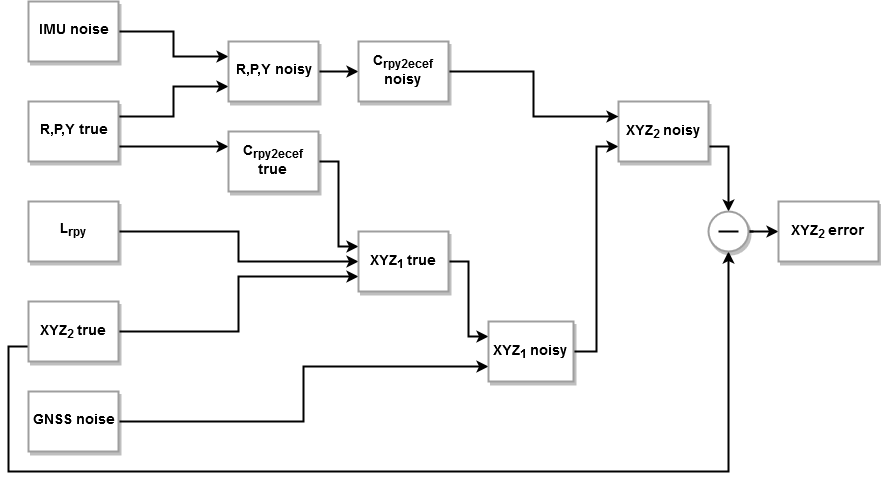
This is Untitled Diagram.png from DaryaMalafeeva/gnss-imu-rover, a draw.io export, as it was before one commit. Source tidied: cells renumbered, new cells last; positions are measured from the earlier drawing's top-left corner, leaving out a move shared by most shapes.
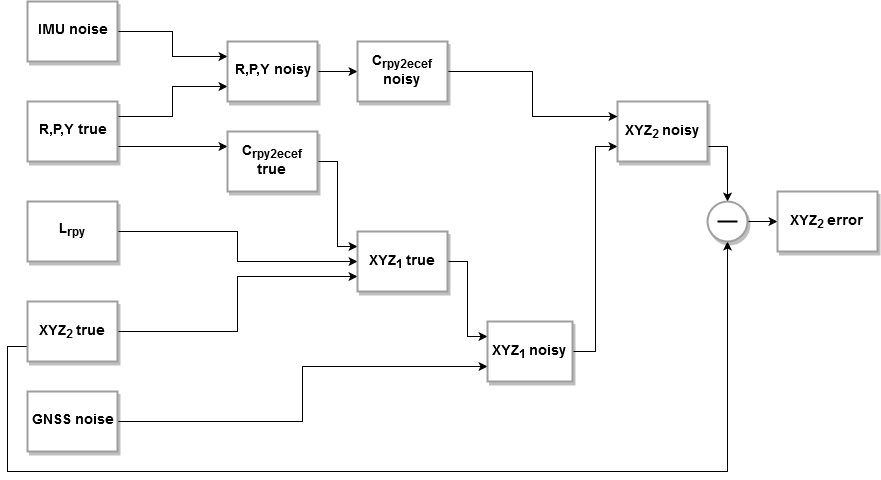
Later version of the same file.

Diff of the diagram source:
```diff
@@ -2,37 +2,37 @@
   <root>
     <mxCell id="0" />
     <mxCell id="1" parent="0" />
-    <mxCell id="2" style="edgeStyle=orthogonalEdgeStyle;rounded=0;jettySize=auto;html=1;exitX=1;exitY=0.25;exitDx=0;exitDy=0;entryX=0;entryY=0.75;entryDx=0;entryDy=0;strokeWidth=2;jumpSize=3;" parent="1" edge="1" source="4" target="17">
+    <mxCell id="2" style="edgeStyle=orthogonalEdgeStyle;rounded=0;jettySize=auto;html=1;exitX=1;exitY=0.25;exitDx=0;exitDy=0;entryX=0;entryY=0.75;entryDx=0;entryDy=0;strokeWidth=1;jumpSize=3;" parent="1" edge="1" source="4" target="17">
       <mxGeometry relative="1" as="geometry" />
     </mxCell>
-    <mxCell id="3" style="edgeStyle=orthogonalEdgeStyle;rounded=0;jettySize=auto;html=1;exitX=1;exitY=0.75;exitDx=0;exitDy=0;entryX=0;entryY=0.25;entryDx=0;entryDy=0;strokeWidth=2;" parent="1" edge="1" source="4" target="15">
+    <mxCell id="3" style="edgeStyle=orthogonalEdgeStyle;rounded=0;jettySize=auto;html=1;exitX=1;exitY=0.75;exitDx=0;exitDy=0;entryX=0;entryY=0.25;entryDx=0;entryDy=0;strokeWidth=1;" parent="1" edge="1" source="4" target="15">
       <mxGeometry relative="1" as="geometry" />
     </mxCell>
     <mxCell id="4" value="&lt;b&gt;&lt;font style=&quot;font-size: 14px&quot;&gt;R,P,Y true&lt;/font&gt;&lt;/b&gt;" style="rounded=0;whiteSpace=wrap;html=1;strokeWidth=2;strokeColor=#9E9E9E;shadow=1;" parent="1" vertex="1">
       <mxGeometry x="20" y="100" width="90" height="60" as="geometry" />
     </mxCell>
-    <mxCell id="5" style="edgeStyle=orthogonalEdgeStyle;rounded=0;jettySize=auto;html=1;exitX=1;exitY=0.5;exitDx=0;exitDy=0;entryX=0;entryY=0.25;entryDx=0;entryDy=0;strokeWidth=2;" parent="1" edge="1" source="6" target="17">
+    <mxCell id="5" style="edgeStyle=orthogonalEdgeStyle;rounded=0;jettySize=auto;html=1;exitX=1;exitY=0.5;exitDx=0;exitDy=0;entryX=0;entryY=0.25;entryDx=0;entryDy=0;strokeWidth=1;" parent="1" edge="1" source="6" target="17">
       <mxGeometry relative="1" as="geometry" />
     </mxCell>
     <mxCell id="6" value="&lt;b&gt;&lt;font style=&quot;font-size: 14px&quot;&gt;IMU noise&lt;/font&gt;&lt;/b&gt;" style="rounded=0;whiteSpace=wrap;html=1;strokeWidth=2;strokeColor=#9E9E9E;glass=0;comic=0;shadow=1;" parent="1" vertex="1">
       <mxGeometry x="20" width="90" height="60" as="geometry" />
     </mxCell>
-    <mxCell id="7" style="edgeStyle=orthogonalEdgeStyle;rounded=0;jumpSize=2;jettySize=auto;html=1;exitX=1;exitY=0.5;exitDx=0;exitDy=0;entryX=0;entryY=0.75;entryDx=0;entryDy=0;strokeWidth=2;" parent="1" edge="1" source="8" target="21">
+    <mxCell id="7" style="edgeStyle=orthogonalEdgeStyle;rounded=0;jumpSize=2;jettySize=auto;html=1;exitX=1;exitY=0.5;exitDx=0;exitDy=0;entryX=0;entryY=0.75;entryDx=0;entryDy=0;strokeWidth=1;" parent="1" edge="1" source="8" target="21">
       <mxGeometry relative="1" as="geometry" />
     </mxCell>
     <mxCell id="8" value="&lt;b&gt;&lt;font style=&quot;font-size: 14px&quot;&gt;GNSS noise&lt;/font&gt;&lt;/b&gt;" style="rounded=0;whiteSpace=wrap;html=1;strokeWidth=2;strokeColor=#9E9E9E;shadow=1;" parent="1" vertex="1">
       <mxGeometry x="20" y="390" width="90" height="60" as="geometry" />
     </mxCell>
-    <mxCell id="9" style="edgeStyle=orthogonalEdgeStyle;rounded=0;jettySize=auto;html=1;exitX=1;exitY=0.5;exitDx=0;exitDy=0;entryX=0;entryY=0.5;entryDx=0;entryDy=0;strokeWidth=2;" parent="1" edge="1" source="10" target="19">
+    <mxCell id="9" style="edgeStyle=orthogonalEdgeStyle;rounded=0;jettySize=auto;html=1;exitX=1;exitY=0.5;exitDx=0;exitDy=0;entryX=0;entryY=0.5;entryDx=0;entryDy=0;strokeWidth=1;" parent="1" edge="1" source="10" target="19">
       <mxGeometry relative="1" as="geometry" />
     </mxCell>
     <mxCell id="10" value="&lt;b&gt;&lt;font style=&quot;font-size: 14px&quot;&gt;&lt;font style=&quot;font-size: 14px&quot;&gt;L&lt;sub&gt;rpy&lt;/sub&gt;&lt;br&gt;&lt;/font&gt;&lt;/font&gt;&lt;/b&gt;" style="rounded=0;whiteSpace=wrap;html=1;strokeWidth=2;strokeColor=#9E9E9E;shadow=1;" parent="1" vertex="1">
       <mxGeometry x="20" y="200" width="90" height="60" as="geometry" />
     </mxCell>
-    <mxCell id="11" style="edgeStyle=orthogonalEdgeStyle;rounded=0;jettySize=auto;html=1;exitX=1;exitY=0.5;exitDx=0;exitDy=0;entryX=0;entryY=0.75;entryDx=0;entryDy=0;strokeWidth=2;" parent="1" edge="1" source="13" target="19">
+    <mxCell id="11" style="edgeStyle=orthogonalEdgeStyle;rounded=0;jettySize=auto;html=1;exitX=1;exitY=0.5;exitDx=0;exitDy=0;entryX=0;entryY=0.75;entryDx=0;entryDy=0;strokeWidth=1;" parent="1" edge="1" source="13" target="19">
       <mxGeometry relative="1" as="geometry" />
     </mxCell>
-    <mxCell id="12" style="edgeStyle=orthogonalEdgeStyle;rounded=0;jettySize=auto;html=1;exitX=0;exitY=0.75;exitDx=0;exitDy=0;entryX=0.5;entryY=1;entryDx=0;entryDy=0;strokeWidth=2;" parent="1" edge="1" source="13" target="29">
+    <mxCell id="12" style="edgeStyle=orthogonalEdgeStyle;rounded=0;jettySize=auto;html=1;exitX=0;exitY=0.75;exitDx=0;exitDy=0;entryX=0.5;entryY=1;entryDx=0;entryDy=0;strokeWidth=1;" parent="1" edge="1" source="13" target="29">
       <mxGeometry relative="1" as="geometry">
         <Array as="points">
           <mxPoint y="345" />
@@ -44,62 +44,57 @@
     <mxCell id="13" value="&lt;b&gt;&lt;font style=&quot;font-size: 16px&quot;&gt;&lt;span style=&quot;font-size: 14px&quot;&gt;&lt;font style=&quot;font-size: 14px&quot;&gt;XYZ&lt;sub&gt;2 &lt;/sub&gt;true&lt;br&gt;&lt;/font&gt;&lt;/span&gt;&lt;/font&gt;&lt;/b&gt;" style="rounded=0;whiteSpace=wrap;html=1;strokeWidth=2;strokeColor=#9E9E9E;shadow=1;" parent="1" vertex="1">
       <mxGeometry x="20" y="300" width="90" height="60" as="geometry" />
     </mxCell>
-    <mxCell id="14" style="edgeStyle=orthogonalEdgeStyle;rounded=0;jettySize=auto;html=1;exitX=1;exitY=0.5;exitDx=0;exitDy=0;entryX=0;entryY=0.25;entryDx=0;entryDy=0;strokeWidth=2;" parent="1" edge="1" source="15" target="19">
+    <mxCell id="14" style="edgeStyle=orthogonalEdgeStyle;rounded=0;jettySize=auto;html=1;exitX=1;exitY=0.5;exitDx=0;exitDy=0;entryX=0;entryY=0.25;entryDx=0;entryDy=0;strokeWidth=1;" parent="1" edge="1" source="15" target="19">
       <mxGeometry relative="1" as="geometry" />
     </mxCell>
     <mxCell id="15" value="&lt;b&gt;&lt;font style=&quot;font-size: 14px&quot;&gt;C&lt;sub&gt;rpy2ecef&lt;/sub&gt; true&lt;/font&gt;&lt;/b&gt;" style="rounded=0;whiteSpace=wrap;html=1;strokeWidth=2;strokeColor=#9E9E9E;shadow=1;" parent="1" vertex="1">
       <mxGeometry x="220" y="130" width="90" height="60" as="geometry" />
     </mxCell>
-    <mxCell id="16" style="edgeStyle=orthogonalEdgeStyle;rounded=0;jettySize=auto;html=1;exitX=1;exitY=0.5;exitDx=0;exitDy=0;entryX=0;entryY=0.5;entryDx=0;entryDy=0;strokeWidth=2;" parent="1" edge="1" source="17" target="25">
+    <mxCell id="16" style="edgeStyle=orthogonalEdgeStyle;rounded=0;jettySize=auto;html=1;exitX=1;exitY=0.5;exitDx=0;exitDy=0;entryX=0;entryY=0.5;entryDx=0;entryDy=0;strokeWidth=1;" parent="1" edge="1" source="17" target="25">
       <mxGeometry relative="1" as="geometry" />
     </mxCell>
     <mxCell id="17" value="&lt;b&gt;&lt;font style=&quot;font-size: 14px&quot;&gt;R,P,Y noisy&lt;/font&gt;&lt;/b&gt;" style="rounded=0;whiteSpace=wrap;html=1;strokeWidth=2;strokeColor=#9E9E9E;shadow=1;" parent="1" vertex="1">
       <mxGeometry x="220" y="40" width="90" height="60" as="geometry" />
     </mxCell>
-    <mxCell id="18" style="edgeStyle=orthogonalEdgeStyle;rounded=0;jettySize=auto;html=1;exitX=1;exitY=0.5;exitDx=0;exitDy=0;entryX=0;entryY=0.25;entryDx=0;entryDy=0;strokeWidth=2;" parent="1" edge="1" source="19" target="21">
+    <mxCell id="18" style="edgeStyle=orthogonalEdgeStyle;rounded=0;jettySize=auto;html=1;exitX=1;exitY=0.5;exitDx=0;exitDy=0;entryX=0;entryY=0.25;entryDx=0;entryDy=0;strokeWidth=1;" parent="1" edge="1" source="19" target="21">
       <mxGeometry relative="1" as="geometry" />
     </mxCell>
     <mxCell id="19" value="&lt;b&gt;&lt;font style=&quot;font-size: 16px&quot;&gt;&lt;span style=&quot;font-size: 14px&quot;&gt;&lt;font style=&quot;font-size: 14px&quot;&gt;XYZ&lt;sub&gt;1 &lt;/sub&gt;true&lt;br&gt;&lt;/font&gt;&lt;/span&gt;&lt;/font&gt;&lt;/b&gt;" style="rounded=0;whiteSpace=wrap;html=1;strokeWidth=2;strokeColor=#9E9E9E;shadow=1;" parent="1" vertex="1">
       <mxGeometry x="350" y="230" width="90" height="60" as="geometry" />
     </mxCell>
-    <mxCell id="20" style="edgeStyle=orthogonalEdgeStyle;rounded=0;jettySize=auto;html=1;exitX=1;exitY=0.5;exitDx=0;exitDy=0;entryX=0;entryY=0.75;entryDx=0;entryDy=0;strokeWidth=2;" parent="1" edge="1" source="21" target="23">
+    <mxCell id="20" style="edgeStyle=orthogonalEdgeStyle;rounded=0;jettySize=auto;html=1;exitX=1;exitY=0.5;exitDx=0;exitDy=0;entryX=0;entryY=0.75;entryDx=0;entryDy=0;strokeWidth=1;" parent="1" edge="1" source="21" target="23">
       <mxGeometry relative="1" as="geometry" />
     </mxCell>
     <mxCell id="21" value="&lt;b&gt;&lt;font style=&quot;font-size: 16px&quot;&gt;&lt;span style=&quot;font-size: 14px&quot;&gt;&lt;font style=&quot;font-size: 14px&quot;&gt;XYZ&lt;sub&gt;1 &lt;/sub&gt;noisy&lt;br&gt;&lt;/font&gt;&lt;/span&gt;&lt;/font&gt;&lt;/b&gt;" style="rounded=0;whiteSpace=wrap;html=1;strokeWidth=2;strokeColor=#9E9E9E;shadow=1;" parent="1" vertex="1">
       <mxGeometry x="480" y="320" width="85" height="60" as="geometry" />
     </mxCell>
-    <mxCell id="22" style="edgeStyle=orthogonalEdgeStyle;rounded=0;jettySize=auto;html=1;exitX=1;exitY=0.75;exitDx=0;exitDy=0;entryX=0.5;entryY=0;entryDx=0;entryDy=0;strokeWidth=2;" parent="1" edge="1" source="23" target="29">
+    <mxCell id="22" style="edgeStyle=orthogonalEdgeStyle;rounded=0;jettySize=auto;html=1;exitX=1;exitY=0.75;exitDx=0;exitDy=0;entryX=0.5;entryY=0;entryDx=0;entryDy=0;strokeWidth=1;" parent="1" edge="1" source="23" target="29">
       <mxGeometry relative="1" as="geometry" />
     </mxCell>
     <mxCell id="23" value="&lt;b&gt;&lt;font style=&quot;font-size: 16px&quot;&gt;&lt;span style=&quot;font-size: 14px&quot;&gt;&lt;font style=&quot;font-size: 14px&quot;&gt;XYZ&lt;sub&gt;2 &lt;/sub&gt;noisy&lt;br&gt;&lt;/font&gt;&lt;/span&gt;&lt;/font&gt;&lt;/b&gt;" style="rounded=0;whiteSpace=wrap;html=1;strokeWidth=2;strokeColor=#9E9E9E;shadow=1;" parent="1" vertex="1">
       <mxGeometry x="610" y="100" width="90" height="60" as="geometry" />
     </mxCell>
-    <mxCell id="24" style="edgeStyle=orthogonalEdgeStyle;rounded=0;jumpSize=2;jettySize=auto;html=1;exitX=1;exitY=0.5;exitDx=0;exitDy=0;strokeWidth=2;entryX=0;entryY=0.25;entryDx=0;entryDy=0;comic=0;" parent="1" edge="1" source="25" target="23">
+    <mxCell id="24" style="edgeStyle=orthogonalEdgeStyle;rounded=0;jumpSize=2;jettySize=auto;html=1;exitX=1;exitY=0.5;exitDx=0;exitDy=0;strokeWidth=1;entryX=0;entryY=0.25;entryDx=0;entryDy=0;comic=0;" parent="1" edge="1" source="25" target="23">
       <mxGeometry relative="1" as="geometry" />
     </mxCell>
     <mxCell id="25" value="&lt;b&gt;&lt;font style=&quot;font-size: 14px&quot;&gt;C&lt;sub&gt;rpy2ecef&lt;/sub&gt; noisy&lt;br&gt;&lt;/font&gt;&lt;/b&gt;" style="rounded=0;whiteSpace=wrap;html=1;strokeWidth=2;strokeColor=#9E9E9E;shadow=1;" parent="1" vertex="1">
       <mxGeometry x="350" y="40" width="90" height="60" as="geometry" />
     </mxCell>
-    <mxCell id="26" style="edgeStyle=orthogonalEdgeStyle;rounded=0;jettySize=auto;html=1;exitX=1;exitY=0.5;exitDx=0;exitDy=0;strokeWidth=2;entryX=0;entryY=0.5;entryDx=0;entryDy=0;" parent="1" edge="1" source="29" target="27">
+    <mxCell id="26" style="edgeStyle=orthogonalEdgeStyle;rounded=0;jettySize=auto;html=1;exitX=1;exitY=0.5;exitDx=0;exitDy=0;strokeWidth=1;entryX=0;entryY=0.5;entryDx=0;entryDy=0;" parent="1" edge="1" source="29" target="27">
       <mxGeometry relative="1" as="geometry" />
     </mxCell>
     <mxCell id="27" value="&lt;b&gt;&lt;font style=&quot;font-size: 16px&quot;&gt;&lt;span style=&quot;font-size: 14px&quot;&gt;&lt;font style=&quot;font-size: 14px&quot;&gt;XYZ&lt;sub&gt;2 &lt;/sub&gt;error&lt;br&gt;&lt;/font&gt;&lt;/span&gt;&lt;/font&gt;&lt;/b&gt;" style="rounded=0;whiteSpace=wrap;html=1;strokeWidth=2;strokeColor=#9E9E9E;shadow=1;" parent="1" vertex="1">
-      <mxGeometry x="770" y="200" width="100" height="60" as="geometry" />
+      <mxGeometry x="770" y="190" width="100" height="60" as="geometry" />
     </mxCell>
-    <mxCell id="28" style="endArrow=none;html=1;strokeWidth=2;jumpSize=9;" parent="1" edge="1" source="29">
-      <mxGeometry relative="1" as="geometry">
-        <mxPoint x="745" y="230" as="targetPoint" />
-      </mxGeometry>
-    </mxCell>
     <mxCell id="29" style="ellipse;whiteSpace=wrap;html=1;strokeWidth=2;rounded=0;strokeColor=#9E9E9E;fontSize=12;shadow=1;" parent="1" vertex="1">
-      <mxGeometry x="700" y="210" width="40" height="40" as="geometry" />
+      <mxGeometry x="700" y="200" width="40" height="40" as="geometry" />
     </mxCell>
     <mxCell id="30" style="endArrow=none;html=1;strokeWidth=2;jumpSize=9;" parent="1" edge="1">
       <mxGeometry relative="1" as="geometry">
-        <mxPoint x="730" y="230" as="sourcePoint" />
-        <mxPoint x="710" y="230" as="targetPoint" />
+        <mxPoint x="730" y="220" as="sourcePoint" />
+        <mxPoint x="710" y="220" as="targetPoint" />
         <Array as="points">
-          <mxPoint x="710" y="230" />
+          <mxPoint x="710" y="220" />
         </Array>
       </mxGeometry>
     </mxCell>
```
